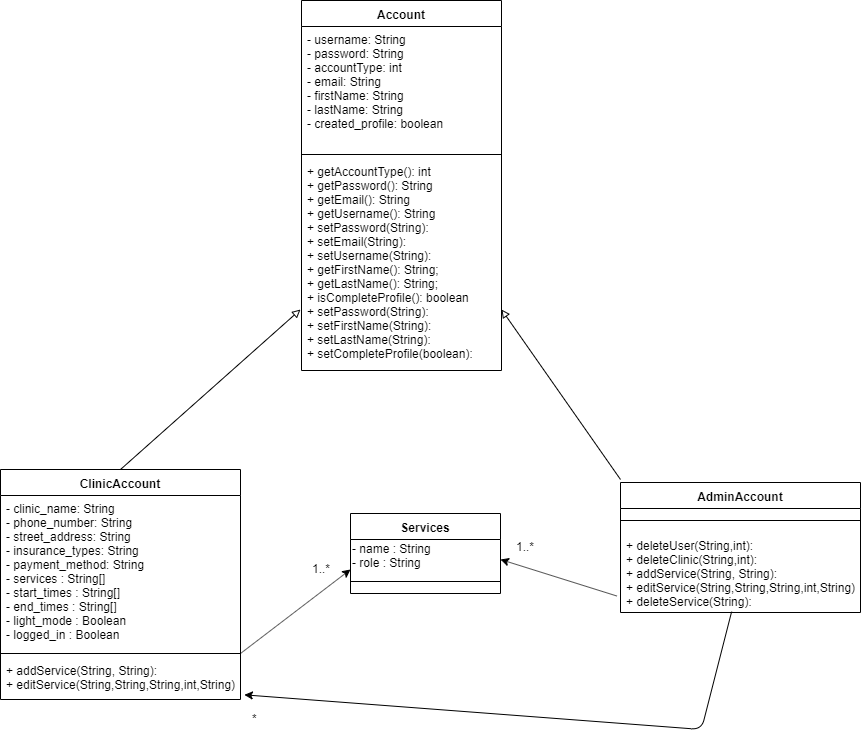
This is SEG UML.png from photonized/medex, a draw.io export, as it was before one commit. Source tidied: cells renumbered, new cells last; positions are measured from the earlier drawing's top-left corner, leaving out a move shared by most shapes. The source it was exported from:
```xml
<mxGraphModel>
  <root>
    <mxCell id="0" />
    <mxCell id="1" parent="0" />
    <mxCell id="2" value="Account" style="swimlane;fontStyle=1;align=center;verticalAlign=top;horizontal=1;startSize=26;" parent="1" vertex="1">
      <mxGeometry x="301" width="200" height="370" as="geometry" />
    </mxCell>
    <mxCell id="3" value="- username: String&#10;- password: String&#10;- accountType: int&#10;- email: String&#10;- firstName: String&#10;- lastName: String&#10;- created_profile: boolean&#10;&#10;" style="text;strokeColor=none;fillColor=none;align=left;verticalAlign=top;spacingLeft=4;spacingRight=4;overflow=hidden;" parent="2" vertex="1">
      <mxGeometry y="26" width="200" height="124" as="geometry" />
    </mxCell>
    <mxCell id="4" style="line;strokeWidth=1;fillColor=none;align=left;verticalAlign=middle;spacingTop=-1;spacingLeft=3;spacingRight=3;labelPosition=right;" parent="2" vertex="1">
      <mxGeometry y="150" width="200" height="8" as="geometry" />
    </mxCell>
    <mxCell id="5" value="+ getAccountType(): int&#10;+ getPassword(): String&#10;+ getEmail(): String&#10;+ getUsername(): String&#10;+ setPassword(String): &#10;+ setEmail(String): &#10;+ setUsername(String):&#10;+ getFirstName(): String;&#10;+ getLastName(): String;&#10;+ isCompleteProfile(): boolean&#10;+ setPassword(String):&#10;+ setFirstName(String):&#10;+ setLastName(String):&#10;+ setCompleteProfile(boolean):&#10;&#10;" style="text;strokeColor=none;fillColor=none;align=left;verticalAlign=top;spacingLeft=4;spacingRight=4;overflow=hidden;" parent="2" vertex="1">
      <mxGeometry y="158" width="200" height="212" as="geometry" />
    </mxCell>
    <mxCell id="6" value="Services&#10;" style="swimlane;fontStyle=1;align=center;verticalAlign=top;horizontal=1;startSize=26;" parent="1" vertex="1">
      <mxGeometry x="350" y="513" width="150" height="80" as="geometry" />
    </mxCell>
    <mxCell id="7" value="- name : String&lt;br&gt;- role : String" style="text;html=1;points=[];align=left;verticalAlign=top;spacingTop=-4;" parent="6" vertex="1">
      <mxGeometry y="26" width="150" height="30" as="geometry" />
    </mxCell>
    <mxCell id="8" style="line;strokeWidth=1;fillColor=none;align=left;verticalAlign=middle;spacingTop=-1;spacingLeft=3;spacingRight=3;labelPosition=right;" parent="6" vertex="1">
      <mxGeometry y="56" width="150" height="24" as="geometry" />
    </mxCell>
    <mxCell id="9" style="endArrow=block;html=1;endFill=0;" parent="1" edge="1">
      <mxGeometry relative="1" as="geometry">
        <mxPoint x="620" y="479" as="sourcePoint" />
        <mxPoint x="501" y="309" as="targetPoint" />
      </mxGeometry>
    </mxCell>
    <mxCell id="10" style="endArrow=block;html=1;endFill=0;exitX=0.5;exitY=0;exitDx=0;exitDy=0;" parent="1" edge="1" source="11">
      <mxGeometry relative="1" as="geometry">
        <mxPoint x="300" y="309" as="targetPoint" />
      </mxGeometry>
    </mxCell>
    <mxCell id="11" value="ClinicAccount&#10;" style="swimlane;fontStyle=1;align=center;verticalAlign=top;horizontal=1;startSize=26;" parent="1" vertex="1">
      <mxGeometry y="469" width="240" height="230" as="geometry" />
    </mxCell>
    <mxCell id="12" value="- clinic_name: String&#10;- phone_number: String&#10;- street_address: String&#10;- insurance_types: String&#10;- payment_method: String&#10;- services : String[]&#10;- start_times : String[]&#10;- end_times : String[]&#10;- light_mode : Boolean&#10;- logged_in : Boolean&#10;" style="text;strokeColor=none;fillColor=none;align=left;verticalAlign=top;spacingLeft=4;spacingRight=4;overflow=hidden;" parent="11" vertex="1">
      <mxGeometry y="26" width="240" height="154" as="geometry" />
    </mxCell>
    <mxCell id="13" style="line;strokeWidth=1;fillColor=none;align=left;verticalAlign=middle;spacingTop=-1;spacingLeft=3;spacingRight=3;labelPosition=right;" parent="11" vertex="1">
      <mxGeometry y="180" width="240" height="8" as="geometry" />
    </mxCell>
    <mxCell id="14" value="+ addService(String, String):&#10;+ editService(String,String,String,int,String)" style="text;strokeColor=none;fillColor=none;align=left;verticalAlign=top;spacingLeft=4;spacingRight=4;overflow=hidden;points=[[0,0.5],[1,0.5]];portConstraint=eastwest;" parent="11" vertex="1">
      <mxGeometry y="188" width="240" height="42" as="geometry" />
    </mxCell>
    <mxCell id="15" value="1..*&lt;br&gt;" style="text;html=1;align=left;verticalAlign=top;spacingTop=-4;" parent="1" vertex="1">
      <mxGeometry x="310" y="559" width="30" height="20" as="geometry" />
    </mxCell>
    <mxCell id="16" value="AdminAccount" style="swimlane;fontStyle=1;align=center;verticalAlign=top;horizontal=1;startSize=26;" parent="1" vertex="1">
      <mxGeometry x="620" y="482" width="240" height="130" as="geometry" />
    </mxCell>
    <mxCell id="17" style="line;strokeWidth=1;fillColor=none;align=left;verticalAlign=middle;spacingTop=-1;spacingLeft=3;spacingRight=3;labelPosition=right;" parent="16" vertex="1">
      <mxGeometry y="26" width="240" height="24" as="geometry" />
    </mxCell>
    <mxCell id="18" value="+ deleteUser(String,int): &#10;+ deleteClinic(String,int):&#10;+ addService(String, String):&#10;+ editService(String,String,String,int,String)&#10;+ deleteService(String):" style="text;strokeColor=none;fillColor=none;align=left;verticalAlign=top;spacingLeft=4;spacingRight=4;overflow=hidden;points=[[0,0.5],[1,0.5]];portConstraint=eastwest;" parent="16" vertex="1">
      <mxGeometry y="50" width="240" height="80" as="geometry" />
    </mxCell>
    <mxCell id="19" style="endArrow=classic;html=1;exitX=0.463;exitY=0.99;exitDx=0;exitDy=0;exitPerimeter=0;entryX=1.016;entryY=0.889;entryDx=0;entryDy=0;entryPerimeter=0;" parent="1" edge="1" source="18" target="14">
      <mxGeometry relative="1" as="geometry">
        <Array as="points">
          <mxPoint x="701" y="729" />
        </Array>
      </mxGeometry>
    </mxCell>
    <mxCell id="20" value="*" style="text;html=1;align=left;verticalAlign=top;spacingTop=-4;" parent="1" vertex="1">
      <mxGeometry x="250" y="709" width="20" height="20" as="geometry" />
    </mxCell>
    <mxCell id="21" style="endArrow=classic;html=1;entryX=0;entryY=1;entryDx=0;entryDy=0;entryPerimeter=0;" parent="1" edge="1" target="7">
      <mxGeometry relative="1" as="geometry">
        <mxPoint x="240" y="653" as="sourcePoint" />
      </mxGeometry>
    </mxCell>
    <mxCell id="22" style="endArrow=classic;html=1;exitX=-0.015;exitY=0.794;exitDx=0;exitDy=0;exitPerimeter=0;" parent="1" edge="1" source="18">
      <mxGeometry relative="1" as="geometry">
        <mxPoint x="500" y="559" as="targetPoint" />
      </mxGeometry>
    </mxCell>
    <mxCell id="23" value="1..*&lt;br&gt;" style="text;html=1;align=left;verticalAlign=top;spacingTop=-4;" parent="1" vertex="1">
      <mxGeometry x="514" y="537" width="30" height="20" as="geometry" />
    </mxCell>
  </root>
</mxGraphModel>
```
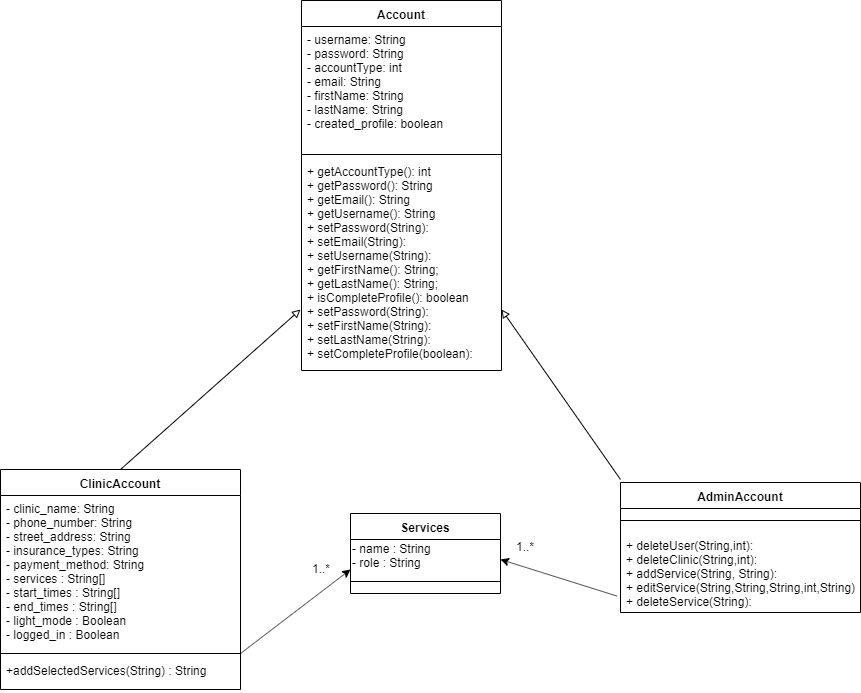
The same file after the commit.

What changed in the source:
```diff
@@ -35,7 +35,7 @@
       </mxGeometry>
     </mxCell>
     <mxCell id="11" value="ClinicAccount&#10;" style="swimlane;fontStyle=1;align=center;verticalAlign=top;horizontal=1;startSize=26;" parent="1" vertex="1">
-      <mxGeometry y="469" width="240" height="230" as="geometry" />
+      <mxGeometry y="469" width="240" height="220" as="geometry" />
     </mxCell>
     <mxCell id="12" value="- clinic_name: String&#10;- phone_number: String&#10;- street_address: String&#10;- insurance_types: String&#10;- payment_method: String&#10;- services : String[]&#10;- start_times : String[]&#10;- end_times : String[]&#10;- light_mode : Boolean&#10;- logged_in : Boolean&#10;" style="text;strokeColor=none;fillColor=none;align=left;verticalAlign=top;spacingLeft=4;spacingRight=4;overflow=hidden;" parent="11" vertex="1">
       <mxGeometry y="26" width="240" height="154" as="geometry" />
@@ -43,8 +43,8 @@
     <mxCell id="13" style="line;strokeWidth=1;fillColor=none;align=left;verticalAlign=middle;spacingTop=-1;spacingLeft=3;spacingRight=3;labelPosition=right;" parent="11" vertex="1">
       <mxGeometry y="180" width="240" height="8" as="geometry" />
     </mxCell>
-    <mxCell id="14" value="+ addService(String, String):&#10;+ editService(String,String,String,int,String)" style="text;strokeColor=none;fillColor=none;align=left;verticalAlign=top;spacingLeft=4;spacingRight=4;overflow=hidden;points=[[0,0.5],[1,0.5]];portConstraint=eastwest;" parent="11" vertex="1">
-      <mxGeometry y="188" width="240" height="42" as="geometry" />
+    <mxCell id="14" value="+addSelectedServices(String) : String" style="text;strokeColor=none;fillColor=none;align=left;verticalAlign=top;spacingLeft=4;spacingRight=4;overflow=hidden;points=[[0,0.5],[1,0.5]];portConstraint=eastwest;" parent="11" vertex="1">
+      <mxGeometry y="188" width="240" height="32" as="geometry" />
     </mxCell>
     <mxCell id="15" value="1..*&lt;br&gt;" style="text;html=1;align=left;verticalAlign=top;spacingTop=-4;" parent="1" vertex="1">
       <mxGeometry x="310" y="559" width="30" height="20" as="geometry" />
@@ -58,16 +58,6 @@
     <mxCell id="18" value="+ deleteUser(String,int): &#10;+ deleteClinic(String,int):&#10;+ addService(String, String):&#10;+ editService(String,String,String,int,String)&#10;+ deleteService(String):" style="text;strokeColor=none;fillColor=none;align=left;verticalAlign=top;spacingLeft=4;spacingRight=4;overflow=hidden;points=[[0,0.5],[1,0.5]];portConstraint=eastwest;" parent="16" vertex="1">
       <mxGeometry y="50" width="240" height="80" as="geometry" />
     </mxCell>
-    <mxCell id="19" style="endArrow=classic;html=1;exitX=0.463;exitY=0.99;exitDx=0;exitDy=0;exitPerimeter=0;entryX=1.016;entryY=0.889;entryDx=0;entryDy=0;entryPerimeter=0;" parent="1" edge="1" source="18" target="14">
-      <mxGeometry relative="1" as="geometry">
-        <Array as="points">
-          <mxPoint x="701" y="729" />
-        </Array>
-      </mxGeometry>
-    </mxCell>
-    <mxCell id="20" value="*" style="text;html=1;align=left;verticalAlign=top;spacingTop=-4;" parent="1" vertex="1">
-      <mxGeometry x="250" y="709" width="20" height="20" as="geometry" />
-    </mxCell>
     <mxCell id="21" style="endArrow=classic;html=1;entryX=0;entryY=1;entryDx=0;entryDy=0;entryPerimeter=0;" parent="1" edge="1" target="7">
       <mxGeometry relative="1" as="geometry">
         <mxPoint x="240" y="653" as="sourcePoint" />
```
